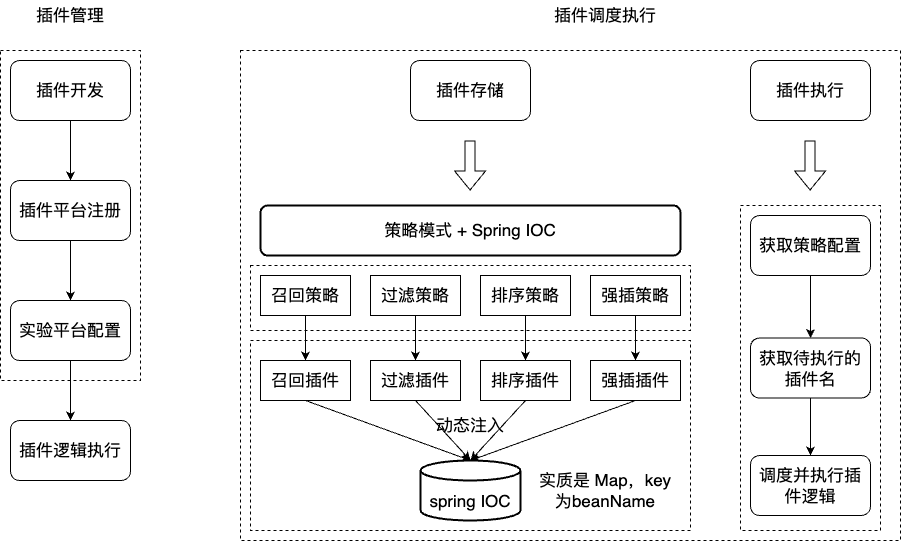
Earlier version of the draw.io export work-draw-file/标签复用之详细说明.png (liujunao/draw-data). Source tidied: cells renumbered, new cells last; positions are measured from the earlier drawing's top-left corner, leaving out a move shared by most shapes.
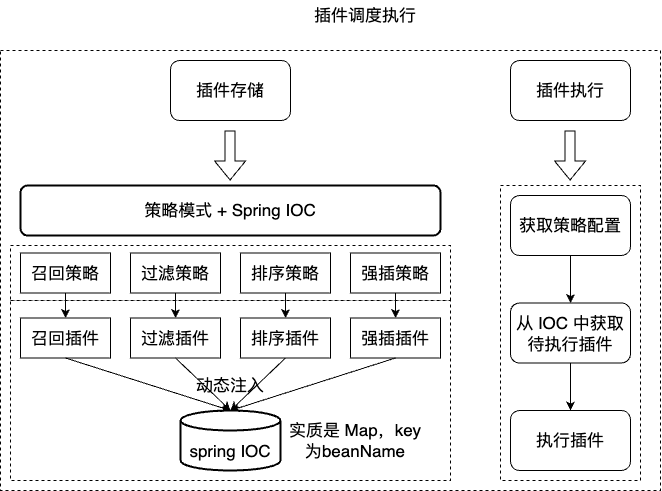
Later version of the same file.

Commit message:
更新标签复用之详细说明.png

What changed in the source:
```diff
@@ -3,70 +3,67 @@
     <mxCell id="0" />
     <mxCell id="1" parent="0" />
     <mxCell id="2" style="rounded=0;whiteSpace=wrap;html=1;dashed=1;" parent="1" vertex="1">
-      <mxGeometry x="240" y="50" width="660" height="490" as="geometry" />
+      <mxGeometry x="-60" y="50" width="660" height="440" as="geometry" />
     </mxCell>
-    <mxCell id="3" style="rounded=0;whiteSpace=wrap;html=1;dashed=1;" parent="1" vertex="1">
-      <mxGeometry y="50" width="140" height="330" as="geometry" />
-    </mxCell>
     <mxCell id="4" style="rounded=0;whiteSpace=wrap;html=1;dashed=1;" parent="1" vertex="1">
-      <mxGeometry x="740" y="205" width="140" height="325" as="geometry" />
+      <mxGeometry x="440" y="185" width="140" height="295" as="geometry" />
     </mxCell>
     <mxCell id="5" style="rounded=0;whiteSpace=wrap;html=1;dashed=1;" parent="1" vertex="1">
-      <mxGeometry x="250" y="265" width="440" height="65" as="geometry" />
+      <mxGeometry x="-50" y="245" width="440" height="55" as="geometry" />
     </mxCell>
     <mxCell id="6" style="rounded=0;whiteSpace=wrap;html=1;dashed=1;" parent="1" vertex="1">
-      <mxGeometry x="250" y="340" width="440" height="190" as="geometry" />
+      <mxGeometry x="-50" y="300" width="440" height="180" as="geometry" />
     </mxCell>
     <mxCell id="7" value="&lt;font style=&quot;font-size: 17px;&quot;&gt;策略模式 + Spring IOC&lt;/font&gt;" style="rounded=1;whiteSpace=wrap;html=1;absoluteArcSize=1;arcSize=14;strokeWidth=2;fillColor=#FFFFFF;" parent="1" vertex="1">
-      <mxGeometry x="260" y="205" width="420" height="50" as="geometry" />
+      <mxGeometry x="-40" y="185" width="420" height="50" as="geometry" />
     </mxCell>
     <mxCell id="8" value="&lt;font size=&quot;3&quot;&gt;插件存储&lt;/font&gt;" style="rounded=1;whiteSpace=wrap;html=1;" parent="1" vertex="1">
-      <mxGeometry x="410" y="60" width="120" height="60" as="geometry" />
+      <mxGeometry x="110" y="60" width="120" height="60" as="geometry" />
     </mxCell>
     <mxCell id="9" value="&lt;font size=&quot;3&quot;&gt;插件执行&lt;/font&gt;" style="rounded=1;whiteSpace=wrap;html=1;" parent="1" vertex="1">
-      <mxGeometry x="750" y="60" width="120" height="60" as="geometry" />
+      <mxGeometry x="450" y="60" width="120" height="60" as="geometry" />
     </mxCell>
     <mxCell id="10" style="edgeStyle=orthogonalEdgeStyle;rounded=0;jettySize=auto;html=1;exitX=0.5;exitY=1;exitDx=0;exitDy=0;" parent="1" edge="1" source="11" target="18">
       <mxGeometry relative="1" as="geometry" />
     </mxCell>
     <mxCell id="11" value="&lt;font size=&quot;3&quot;&gt;召回策略&lt;/font&gt;" style="rounded=0;whiteSpace=wrap;html=1;" parent="1" vertex="1">
-      <mxGeometry x="260" y="275" width="90" height="40" as="geometry" />
+      <mxGeometry x="-40" y="252.5" width="90" height="40" as="geometry" />
     </mxCell>
     <mxCell id="12" style="edgeStyle=orthogonalEdgeStyle;rounded=0;jettySize=auto;html=1;exitX=0.5;exitY=1;exitDx=0;exitDy=0;" parent="1" edge="1" source="13" target="19">
       <mxGeometry relative="1" as="geometry" />
     </mxCell>
     <mxCell id="13" value="&lt;font size=&quot;3&quot;&gt;过滤策略&lt;/font&gt;" style="rounded=0;whiteSpace=wrap;html=1;" parent="1" vertex="1">
-      <mxGeometry x="370" y="275" width="90" height="40" as="geometry" />
+      <mxGeometry x="70" y="252.5" width="90" height="40" as="geometry" />
     </mxCell>
     <mxCell id="14" style="edgeStyle=orthogonalEdgeStyle;rounded=0;jettySize=auto;html=1;exitX=0.5;exitY=1;exitDx=0;exitDy=0;" parent="1" edge="1" source="15" target="21">
       <mxGeometry relative="1" as="geometry" />
     </mxCell>
     <mxCell id="15" value="&lt;font size=&quot;3&quot;&gt;排序策略&lt;/font&gt;" style="rounded=0;whiteSpace=wrap;html=1;" parent="1" vertex="1">
-      <mxGeometry x="480" y="275" width="90" height="40" as="geometry" />
+      <mxGeometry x="180" y="252.5" width="90" height="40" as="geometry" />
     </mxCell>
     <mxCell id="16" style="edgeStyle=orthogonalEdgeStyle;rounded=0;jettySize=auto;html=1;exitX=0.5;exitY=1;exitDx=0;exitDy=0;entryX=0.5;entryY=0;entryDx=0;entryDy=0;" parent="1" edge="1" source="17" target="22">
       <mxGeometry relative="1" as="geometry" />
     </mxCell>
     <mxCell id="17" value="&lt;font size=&quot;3&quot;&gt;强插策略&lt;/font&gt;" style="rounded=0;whiteSpace=wrap;html=1;" parent="1" vertex="1">
-      <mxGeometry x="590" y="275" width="90" height="40" as="geometry" />
+      <mxGeometry x="290" y="252.5" width="90" height="40" as="geometry" />
     </mxCell>
     <mxCell id="18" value="&lt;font size=&quot;3&quot;&gt;召回插件&lt;/font&gt;" style="rounded=0;whiteSpace=wrap;html=1;" parent="1" vertex="1">
-      <mxGeometry x="260" y="360" width="90" height="40" as="geometry" />
+      <mxGeometry x="-40" y="317.5" width="90" height="40" as="geometry" />
     </mxCell>
     <mxCell id="19" value="&lt;font size=&quot;3&quot;&gt;过滤插件&lt;/font&gt;" style="rounded=0;whiteSpace=wrap;html=1;" parent="1" vertex="1">
-      <mxGeometry x="370" y="360" width="90" height="40" as="geometry" />
+      <mxGeometry x="70" y="317.5" width="90" height="40" as="geometry" />
     </mxCell>
     <mxCell id="20" style="rounded=0;jettySize=auto;html=1;exitX=0.5;exitY=1;exitDx=0;exitDy=0;entryX=0.5;entryY=0;entryDx=0;entryDy=0;entryPerimeter=0;" parent="1" edge="1" source="21" target="23">
       <mxGeometry relative="1" as="geometry" />
     </mxCell>
     <mxCell id="21" value="&lt;font size=&quot;3&quot;&gt;排序插件&lt;/font&gt;" style="rounded=0;whiteSpace=wrap;html=1;" parent="1" vertex="1">
-      <mxGeometry x="480" y="360" width="90" height="40" as="geometry" />
+      <mxGeometry x="180" y="317.5" width="90" height="40" as="geometry" />
     </mxCell>
     <mxCell id="22" value="&lt;font size=&quot;3&quot;&gt;强插插件&lt;/font&gt;" style="rounded=0;whiteSpace=wrap;html=1;" parent="1" vertex="1">
-      <mxGeometry x="590" y="360" width="90" height="40" as="geometry" />
+      <mxGeometry x="290" y="317.5" width="90" height="40" as="geometry" />
     </mxCell>
     <mxCell id="23" value="&lt;font size=&quot;3&quot;&gt;&lt;br&gt;spring IOC&lt;/font&gt;" style="strokeWidth=2;html=1;shape=mxgraph.flowchart.database;whiteSpace=wrap;" parent="1" vertex="1">
-      <mxGeometry x="420" y="460" width="100" height="60" as="geometry" />
+      <mxGeometry x="120" y="410" width="100" height="60" as="geometry" />
     </mxCell>
     <mxCell id="24" style="rounded=0;jettySize=auto;html=1;exitX=0.5;exitY=1;exitDx=0;exitDy=0;entryX=0.5;entryY=0;entryDx=0;entryDy=0;entryPerimeter=0;" parent="1" edge="1" source="19" target="23">
       <mxGeometry relative="1" as="geometry" />
@@ -78,64 +75,40 @@
       <mxGeometry relative="1" as="geometry" />
     </mxCell>
     <mxCell id="27" value="&lt;font size=&quot;3&quot;&gt;动态注入&lt;/font&gt;" style="text;html=1;strokeColor=none;fillColor=none;align=center;verticalAlign=middle;whiteSpace=wrap;rounded=0;" parent="1" vertex="1">
-      <mxGeometry x="435" y="410" width="70" height="30" as="geometry" />
+      <mxGeometry x="135" y="370" width="70" height="30" as="geometry" />
     </mxCell>
     <mxCell id="28" style="shape=flexArrow;endArrow=classic;html=1;rounded=0;" parent="1" edge="1">
       <mxGeometry relative="1" as="geometry">
-        <mxPoint x="469.6" y="140" as="sourcePoint" />
-        <mxPoint x="469.6" y="190" as="targetPoint" />
+        <mxPoint x="169.6" y="130" as="sourcePoint" />
+        <mxPoint x="169.6" y="180" as="targetPoint" />
       </mxGeometry>
     </mxCell>
     <mxCell id="29" value="&lt;font size=&quot;3&quot;&gt;实质是 Map，key 为beanName&lt;/font&gt;" style="text;html=1;strokeColor=none;fillColor=none;align=center;verticalAlign=middle;whiteSpace=wrap;rounded=0;" parent="1" vertex="1">
-      <mxGeometry x="530" y="465" width="150" height="50" as="geometry" />
+      <mxGeometry x="220" y="415" width="150" height="50" as="geometry" />
     </mxCell>
     <mxCell id="30" style="edgeStyle=orthogonalEdgeStyle;rounded=0;jettySize=auto;html=1;exitX=0.5;exitY=1;exitDx=0;exitDy=0;" parent="1" edge="1" source="31" target="33">
       <mxGeometry relative="1" as="geometry" />
     </mxCell>
     <mxCell id="31" value="&lt;font size=&quot;3&quot;&gt;获取策略配置&lt;/font&gt;" style="rounded=1;whiteSpace=wrap;html=1;" parent="1" vertex="1">
-      <mxGeometry x="750" y="215" width="120" height="60" as="geometry" />
+      <mxGeometry x="450" y="195" width="120" height="60" as="geometry" />
     </mxCell>
     <mxCell id="32" style="edgeStyle=orthogonalEdgeStyle;rounded=0;jettySize=auto;html=1;exitX=0.5;exitY=1;exitDx=0;exitDy=0;entryX=0.5;entryY=0;entryDx=0;entryDy=0;" parent="1" edge="1" source="33" target="34">
       <mxGeometry relative="1" as="geometry" />
     </mxCell>
-    <mxCell id="33" value="&lt;font size=&quot;3&quot;&gt;获取待执行的插件名&lt;/font&gt;" style="rounded=1;whiteSpace=wrap;html=1;" parent="1" vertex="1">
-      <mxGeometry x="750" y="337.5" width="120" height="60" as="geometry" />
+    <mxCell id="33" value="&lt;font size=&quot;3&quot;&gt;从 IOC 中获取待执行插件&lt;/font&gt;" style="rounded=1;whiteSpace=wrap;html=1;" parent="1" vertex="1">
+      <mxGeometry x="450" y="302.5" width="120" height="60" as="geometry" />
     </mxCell>
-    <mxCell id="34" value="&lt;font size=&quot;3&quot;&gt;调度并执行插件逻辑&lt;/font&gt;" style="rounded=1;whiteSpace=wrap;html=1;" parent="1" vertex="1">
-      <mxGeometry x="750" y="455" width="120" height="60" as="geometry" />
+    <mxCell id="34" value="&lt;font size=&quot;3&quot;&gt;执行插件&lt;/font&gt;" style="rounded=1;whiteSpace=wrap;html=1;" parent="1" vertex="1">
+      <mxGeometry x="450" y="410" width="120" height="60" as="geometry" />
     </mxCell>
     <mxCell id="35" style="shape=flexArrow;endArrow=classic;html=1;rounded=0;" parent="1" edge="1">
       <mxGeometry relative="1" as="geometry">
-        <mxPoint x="809.6" y="140" as="sourcePoint" />
-        <mxPoint x="809.6" y="190" as="targetPoint" />
+        <mxPoint x="509.6" y="130" as="sourcePoint" />
+        <mxPoint x="509.6" y="180" as="targetPoint" />
       </mxGeometry>
     </mxCell>
-    <mxCell id="36" style="edgeStyle=orthogonalEdgeStyle;rounded=0;jettySize=auto;html=1;exitX=0.5;exitY=1;exitDx=0;exitDy=0;" parent="1" edge="1" source="37" target="39">
-      <mxGeometry relative="1" as="geometry" />
-    </mxCell>
-    <mxCell id="37" value="&lt;font size=&quot;3&quot;&gt;插件开发&lt;/font&gt;" style="rounded=1;whiteSpace=wrap;html=1;" parent="1" vertex="1">
-      <mxGeometry x="10" y="60" width="120" height="60" as="geometry" />
-    </mxCell>
-    <mxCell id="38" style="edgeStyle=orthogonalEdgeStyle;rounded=0;jettySize=auto;html=1;exitX=0.5;exitY=1;exitDx=0;exitDy=0;entryX=0.5;entryY=0;entryDx=0;entryDy=0;" parent="1" edge="1" source="39" target="41">
-      <mxGeometry relative="1" as="geometry" />
-    </mxCell>
-    <mxCell id="39" value="&lt;font size=&quot;3&quot;&gt;插件平台注册&lt;/font&gt;" style="rounded=1;whiteSpace=wrap;html=1;" parent="1" vertex="1">
-      <mxGeometry x="10" y="180" width="120" height="60" as="geometry" />
-    </mxCell>
-    <mxCell id="40" style="edgeStyle=orthogonalEdgeStyle;rounded=0;jettySize=auto;html=1;exitX=0.5;exitY=1;exitDx=0;exitDy=0;entryX=0.5;entryY=0;entryDx=0;entryDy=0;" parent="1" edge="1" source="41" target="42">
-      <mxGeometry relative="1" as="geometry" />
-    </mxCell>
-    <mxCell id="41" value="&lt;font size=&quot;3&quot;&gt;实验平台配置&lt;/font&gt;" style="rounded=1;whiteSpace=wrap;html=1;" parent="1" vertex="1">
-      <mxGeometry x="10" y="300" width="120" height="60" as="geometry" />
-    </mxCell>
-    <mxCell id="42" value="&lt;font size=&quot;3&quot;&gt;插件逻辑执行&lt;/font&gt;" style="rounded=1;whiteSpace=wrap;html=1;" parent="1" vertex="1">
-      <mxGeometry x="10" y="420" width="120" height="60" as="geometry" />
-    </mxCell>
-    <mxCell id="43" value="&lt;font size=&quot;3&quot;&gt;插件管理&lt;/font&gt;" style="text;html=1;strokeColor=none;fillColor=none;align=center;verticalAlign=middle;whiteSpace=wrap;rounded=0;" parent="1" vertex="1">
-      <mxGeometry x="25" width="90" height="30" as="geometry" />
-    </mxCell>
     <mxCell id="44" value="&lt;font size=&quot;3&quot;&gt;插件调度执行&lt;/font&gt;" style="text;html=1;strokeColor=none;fillColor=none;align=center;verticalAlign=middle;whiteSpace=wrap;rounded=0;" parent="1" vertex="1">
-      <mxGeometry x="550" width="110" height="30" as="geometry" />
+      <mxGeometry x="250" width="110" height="30" as="geometry" />
     </mxCell>
   </root>
 </mxGraphModel>
```
